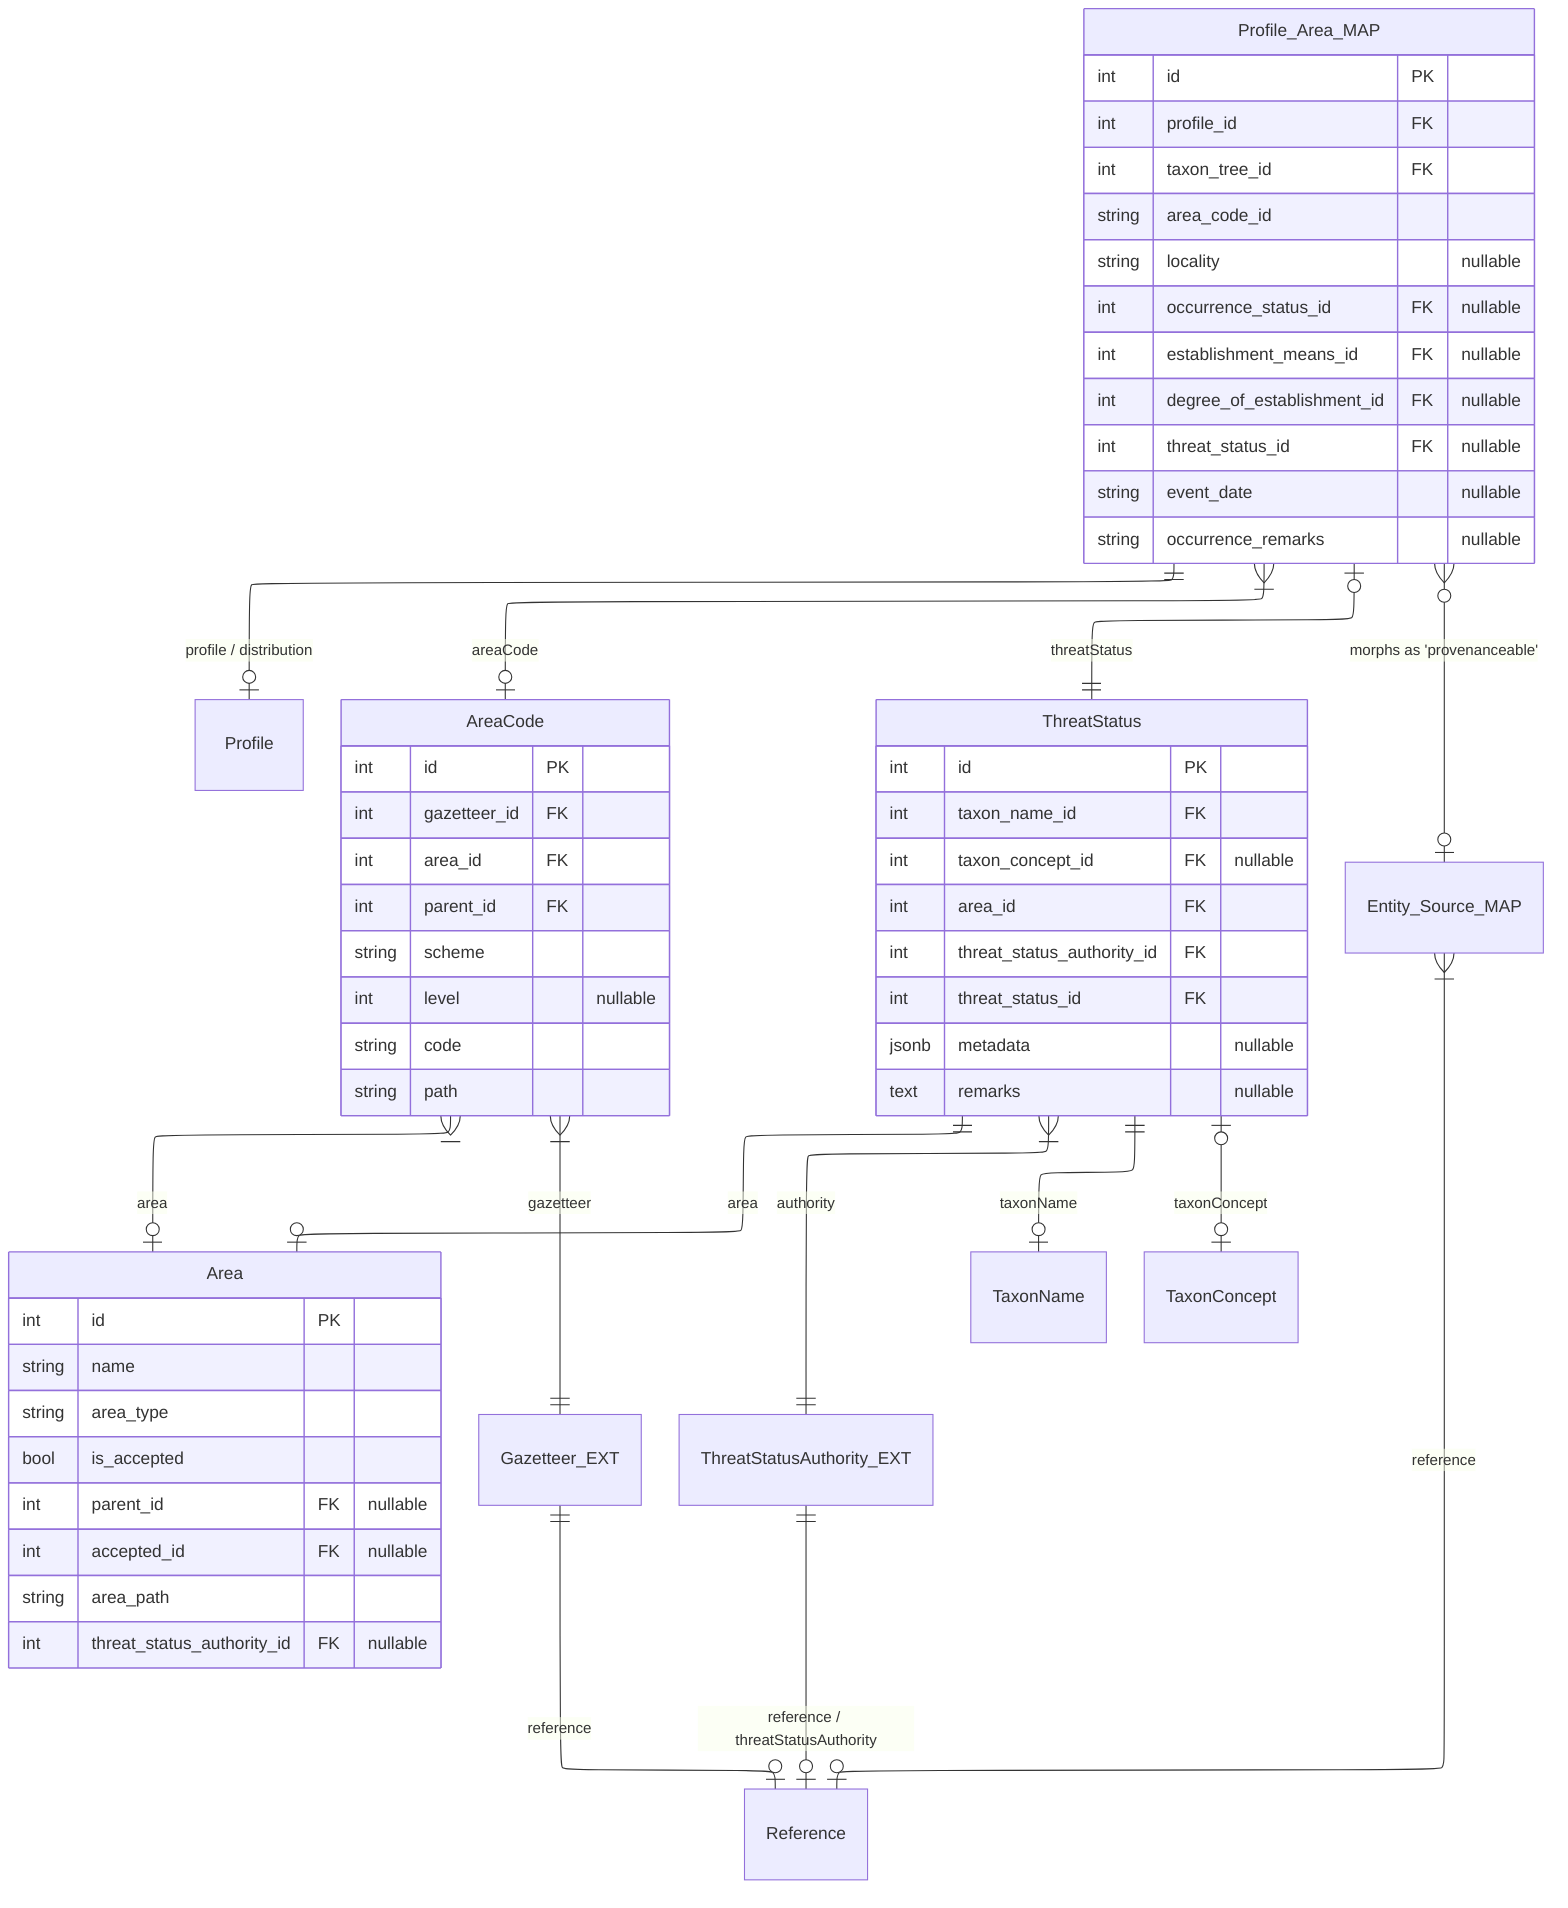
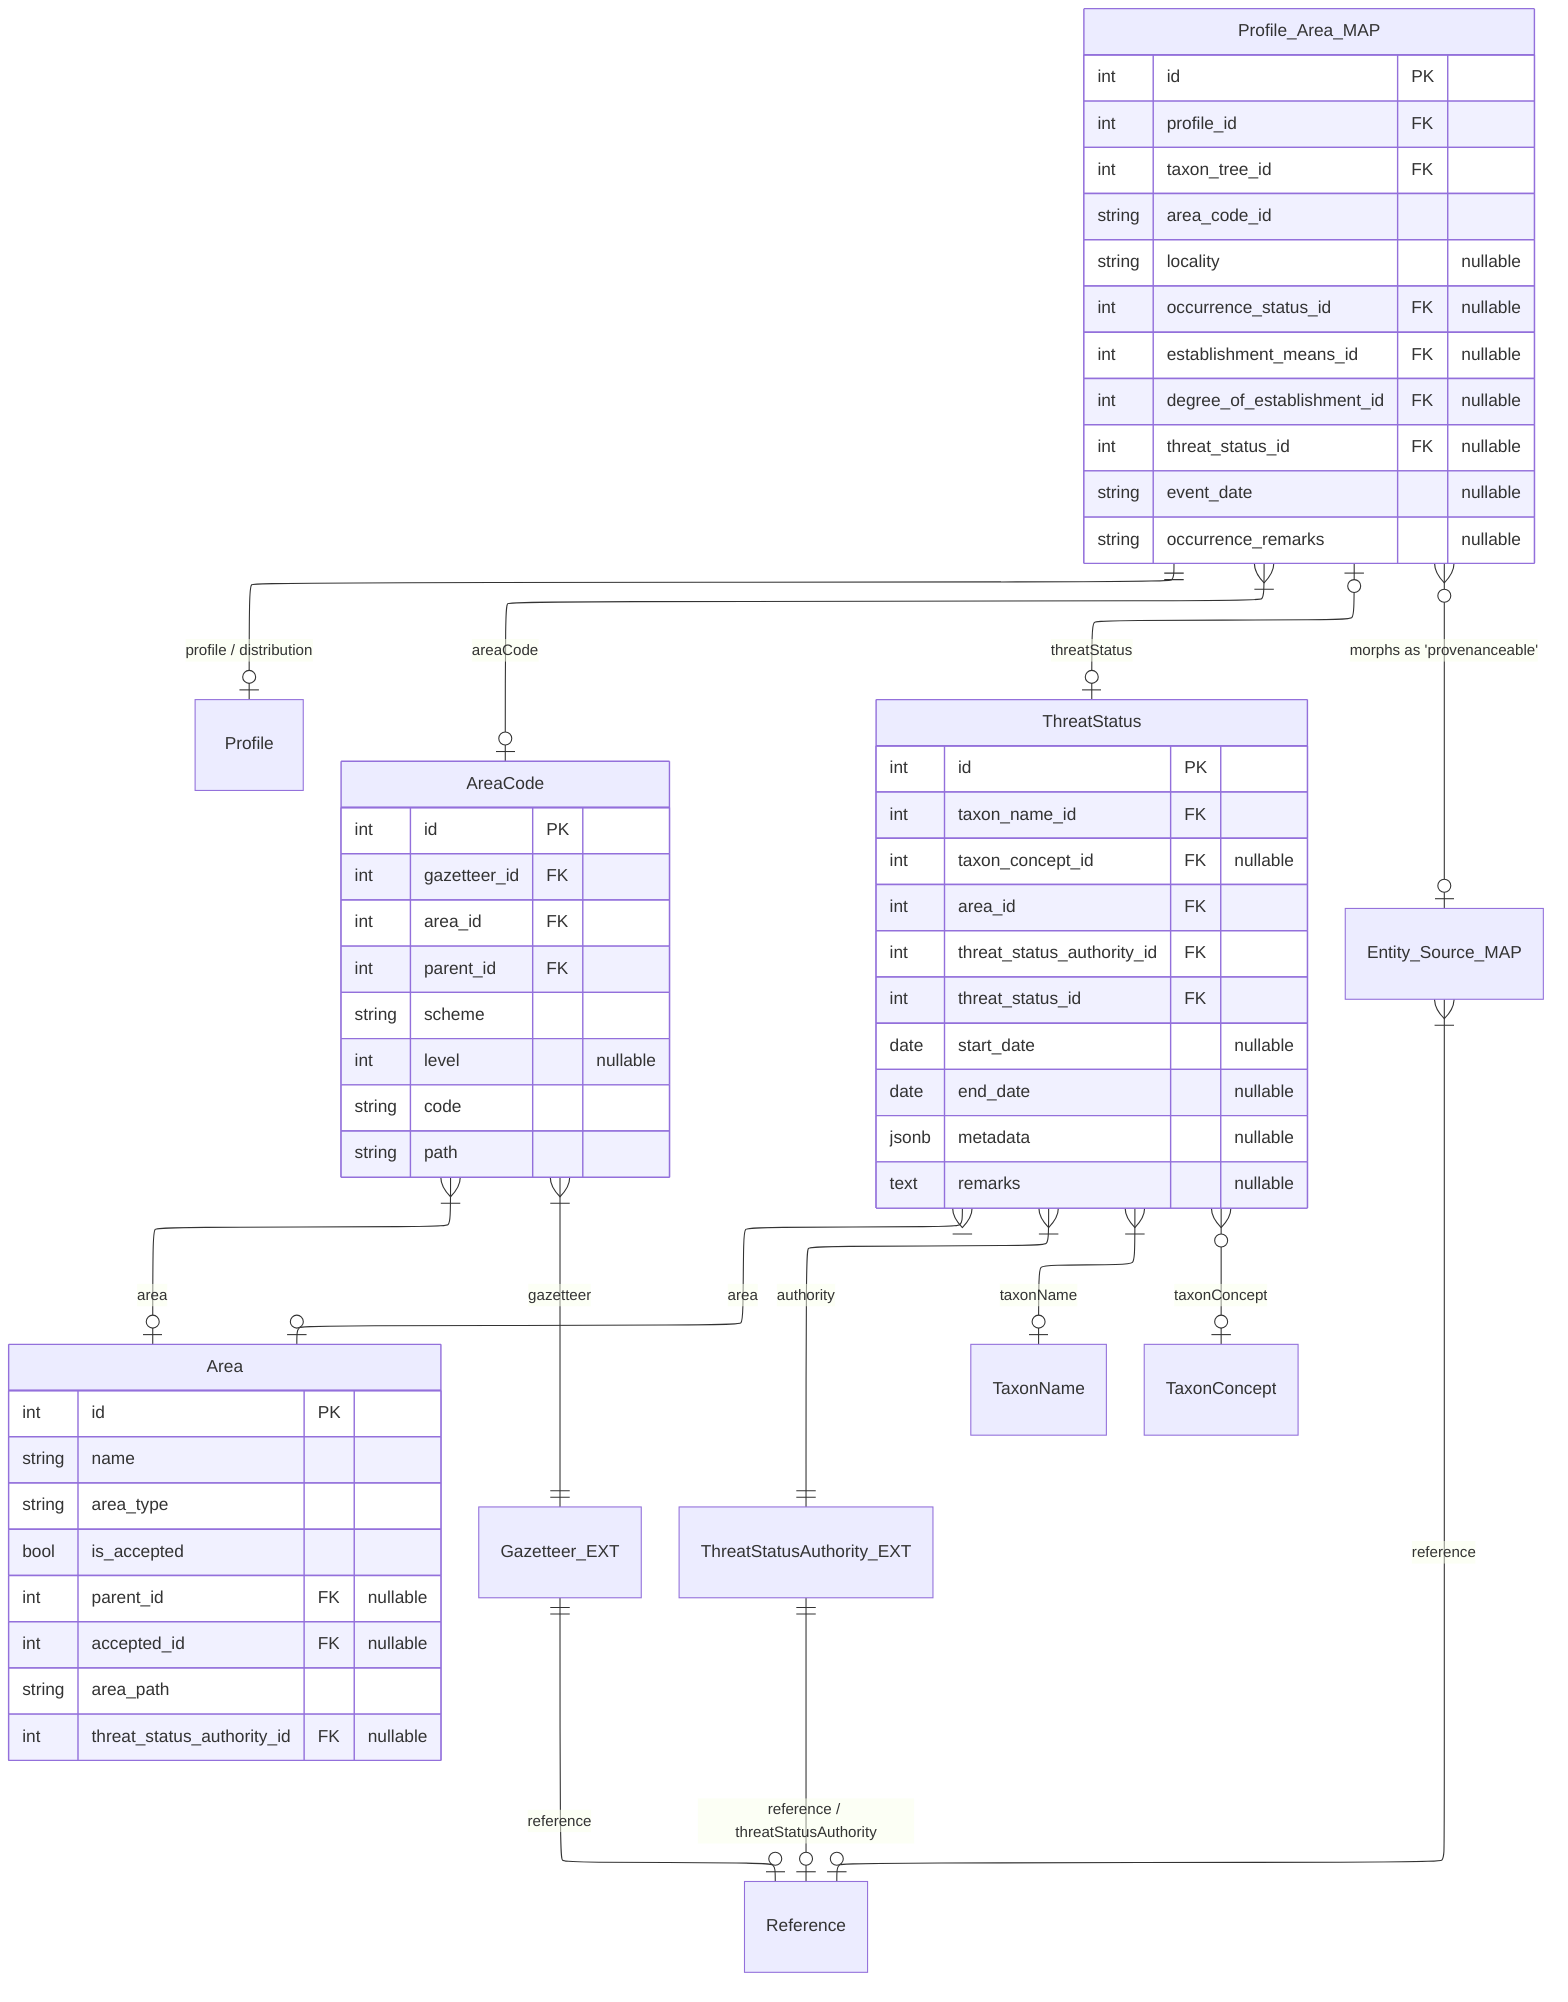
---
config:
  layout: elk
---
erDiagram
  Profile_Area_MAP ||--o| Profile : "profile / distribution"

  %% Profile }o--o{ Entity_Source_MAP : "morphs as 'provenanceable'"
  Profile_Area_MAP }|--o| AreaCode : "areaCode"
  AreaCode }|--o| Area : area
  AreaCode }|--|| Gazetteer_EXT : "gazetteer"
  Gazetteer_EXT ||--o| Reference : reference

-   Profile_Area_MAP |o--|| ThreatStatus : threatStatus
+   Profile_Area_MAP |o--o| ThreatStatus : threatStatus
  ThreatStatus }|--|| ThreatStatusAuthority_EXT : "authority"
-   ThreatStatus ||--o| Area : "area"
+   ThreatStatus }|--o| Area : "area"
  ThreatStatusAuthority_EXT ||--o| Reference : "reference / threatStatusAuthority"
-   ThreatStatus ||--o| TaxonName : "taxonName"
-   ThreatStatus |o--o| TaxonConcept : "taxonConcept"
+   ThreatStatus }|--o| TaxonName : "taxonName"
+   ThreatStatus }o--o| TaxonConcept : "taxonConcept"

  Profile_Area_MAP }o--o| Entity_Source_MAP : "morphs as 'provenanceable'"
  Entity_Source_MAP }|--o| Reference : "reference"

  Profile_Area_MAP {
    int id PK
    int profile_id FK
    int taxon_tree_id FK
    string area_code_id
    string locality "nullable"
    int occurrence_status_id FK "nullable"
    int establishment_means_id FK "nullable"
    int degree_of_establishment_id FK "nullable"
    int threat_status_id FK "nullable"
    string event_date "nullable"
    string occurrence_remarks "nullable"
  }

  AreaCode {
    int id PK
    int gazetteer_id FK
    int area_id FK
    int parent_id FK
    string scheme
    int level "nullable"
    string code
    string path
  }

  Area {
    int id PK
    string name
    string area_type
    bool is_accepted
    int parent_id FK "nullable"
    int accepted_id FK "nullable"
    string area_path
    int threat_status_authority_id FK "nullable"
  }

  ThreatStatus {
    int id PK
    int taxon_name_id FK
    int taxon_concept_id FK "nullable"
    int area_id FK
    int threat_status_authority_id FK
    int threat_status_id FK
+     date start_date "nullable"
+     date end_date "nullable"
    jsonb metadata "nullable"
    text remarks "nullable"
  }